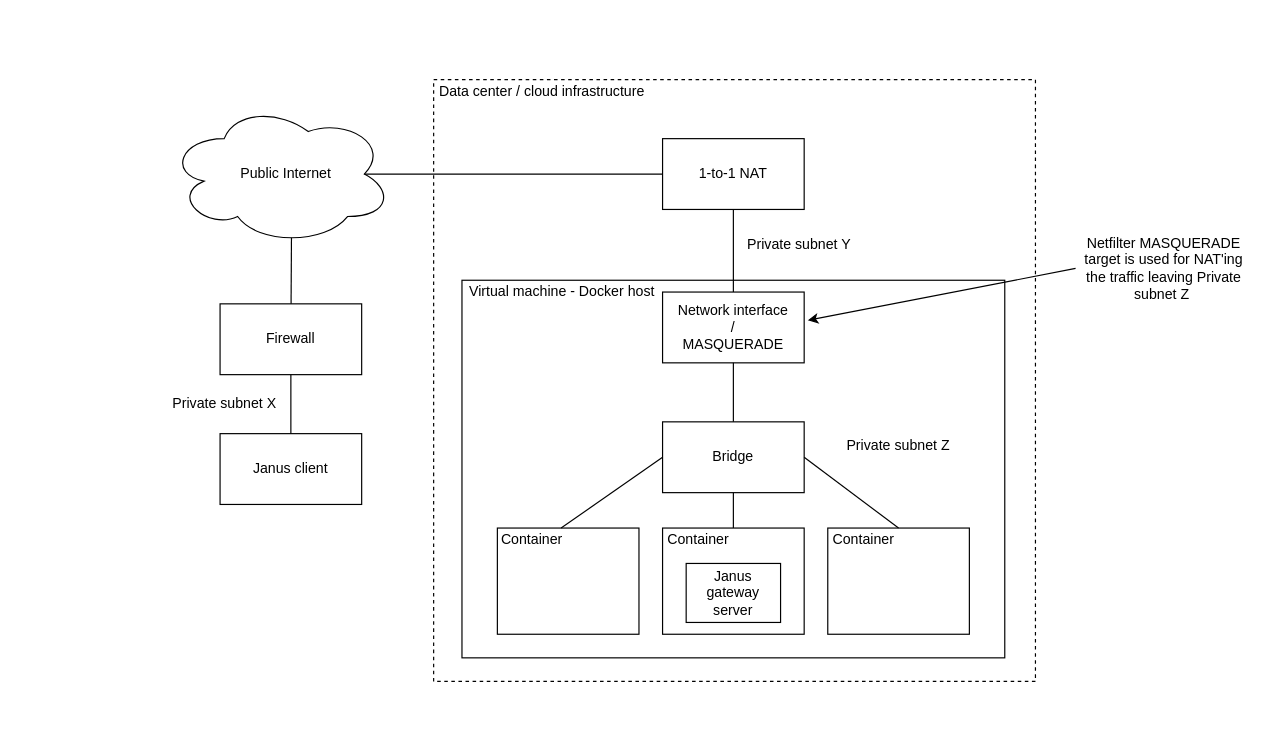
This is doc/network_setup.drawio from bartbalaz/janus-container, a draw.io file, before an edit. Source tidied: cells renumbered, new cells numbered last; positions are measured from the earlier drawing's top-left corner, leaving out a move shared by most shapes. Both pictures are drawn from the tidied source at 118%, with x=0, y=0 at pixel (159, 79).
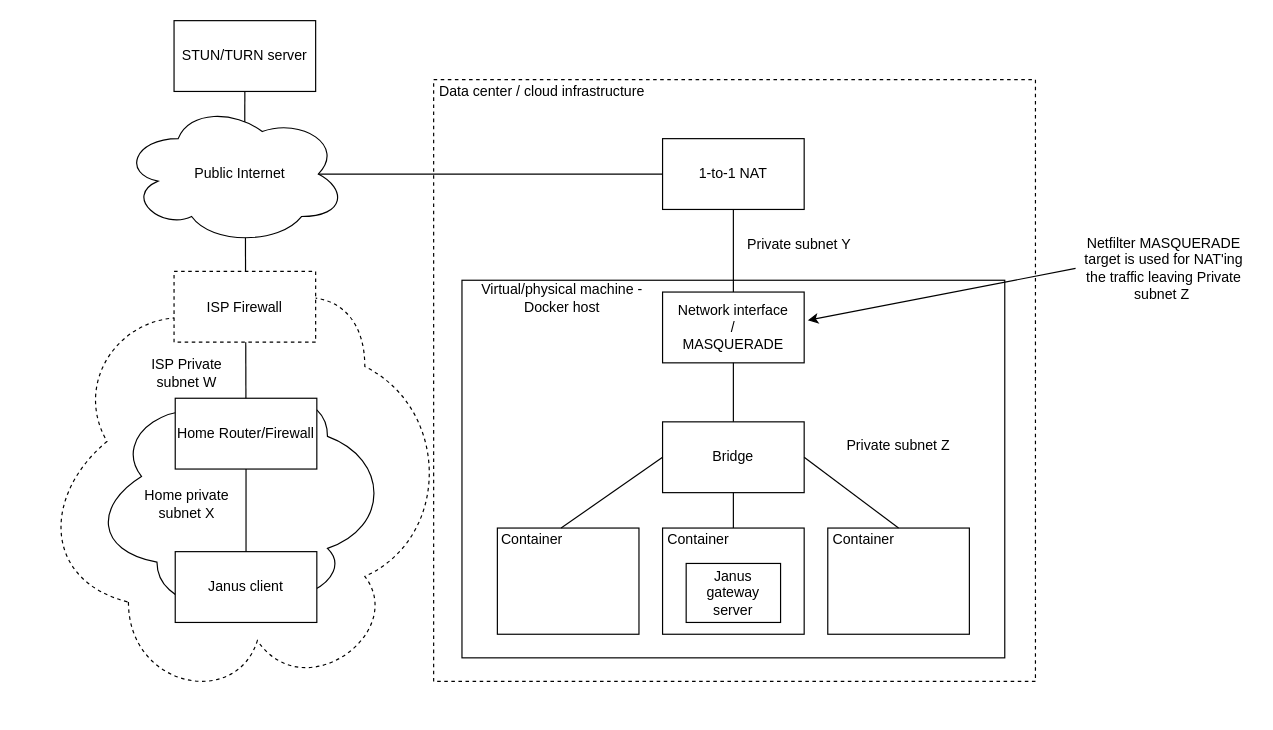
After the change.

The edit, as a diff of the source:
```diff
@@
+    <mxCell id="33" style="ellipse;shape=cloud;whiteSpace=wrap;html=1;rotation=-90;dashed=1;" parent="1" vertex="1">
+      <mxGeometry x="-117.1" y="169.9" width="363" height="364.2" as="geometry" />
+    </mxCell>
+    <mxCell id="34" style="ellipse;shape=cloud;whiteSpace=wrap;html=1;rotation=-90;" parent="1" vertex="1">
+      <mxGeometry x="-33.7" y="229.1" width="193.8" height="262.7" as="geometry" />
+    </mxCell>
@@
     <mxCell id="3" value="Janus client" style="rounded=0;whiteSpace=wrap;html=1;" parent="1" vertex="1">
-      <mxGeometry x="51" y="300" width="120" height="60" as="geometry" />
+      <mxGeometry x="13" y="400" width="120" height="60" as="geometry" />
     </mxCell>
-    <mxCell id="4" value="Firewall" style="rounded=0;whiteSpace=wrap;html=1;" parent="1" vertex="1">
-      <mxGeometry x="51" y="190" width="120" height="60" as="geometry" />
+    <mxCell id="4" value="Home Router/Firewall" style="rounded=0;whiteSpace=wrap;html=1;" parent="1" vertex="1">
+      <mxGeometry x="13" y="270" width="120" height="60" as="geometry" />
     </mxCell>
     <mxCell id="5" style="ellipse;shape=cloud;whiteSpace=wrap;html=1;" parent="1" vertex="1">
-      <mxGeometry x="7" y="20" width="190" height="120" as="geometry" />
+      <mxGeometry x="-32" y="20" width="190" height="120" as="geometry" />
     </mxCell>
@@
-    <mxCell id="9" value="Virtual machine - Docker host" style="text;html=1;strokeColor=none;fillColor=none;align=center;verticalAlign=middle;whiteSpace=wrap;rounded=0;dashed=1;" parent="1" vertex="1">
-      <mxGeometry x="256" y="170" width="170" height="20" as="geometry" />
+    <mxCell id="9" value="Virtual/physical machine - Docker host" style="text;html=1;strokeColor=none;fillColor=none;align=center;verticalAlign=middle;whiteSpace=wrap;rounded=0;dashed=1;" parent="1" vertex="1">
+      <mxGeometry x="256" y="170" width="170" height="30" as="geometry" />
     </mxCell>
@@
-    <mxCell id="17" value="Private subnet X" style="text;html=1;strokeColor=none;fillColor=none;align=center;verticalAlign=middle;whiteSpace=wrap;rounded=0;" parent="1" vertex="1">
-      <mxGeometry y="265" width="110" height="20" as="geometry" />
+    <mxCell id="17" value="Home private subnet X" style="text;html=1;strokeColor=none;fillColor=none;align=center;verticalAlign=middle;whiteSpace=wrap;rounded=0;" parent="1" vertex="1">
+      <mxGeometry x="-32" y="350" width="110" height="20" as="geometry" />
     </mxCell>
@@
     <mxCell id="25" value="Public Internet" style="text;html=1;strokeColor=none;fillColor=none;align=center;verticalAlign=middle;whiteSpace=wrap;rounded=0;" parent="1" vertex="1">
-      <mxGeometry x="52" y="70" width="110" height="20" as="geometry" />
+      <mxGeometry x="13" y="70" width="110" height="20" as="geometry" />
     </mxCell>
@@
+    <mxCell id="35" value="ISP Firewall" style="rounded=0;whiteSpace=wrap;html=1;dashed=1;" parent="1" vertex="1">
+      <mxGeometry x="12" y="162.5" width="120" height="60" as="geometry" />
+    </mxCell>
+    <mxCell id="36" value="ISP Private subnet W" style="text;html=1;strokeColor=none;fillColor=none;align=center;verticalAlign=middle;whiteSpace=wrap;rounded=0;" parent="1" vertex="1">
+      <mxGeometry x="-26" y="238.8" width="98" height="20" as="geometry" />
+    </mxCell>
+    <mxCell id="37" value="STUN/TURN server" style="rounded=0;whiteSpace=wrap;html=1;" parent="1" vertex="1">
+      <mxGeometry x="12" y="-50" width="120" height="60" as="geometry" />
+    </mxCell>
+    <mxCell id="38" style="endArrow=none;html=1;entryX=0.5;entryY=1;entryDx=0;entryDy=0;exitX=0.547;exitY=0.133;exitDx=0;exitDy=0;exitPerimeter=0;" parent="1" edge="1" source="5" target="37">
+      <mxGeometry relative="1" as="geometry" />
+    </mxCell>
```
